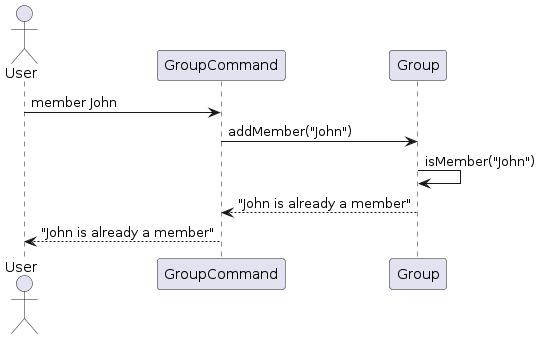
Before: docs/images/addMember2.png, a diagram exported from PlantUML (mukund1403/tp).
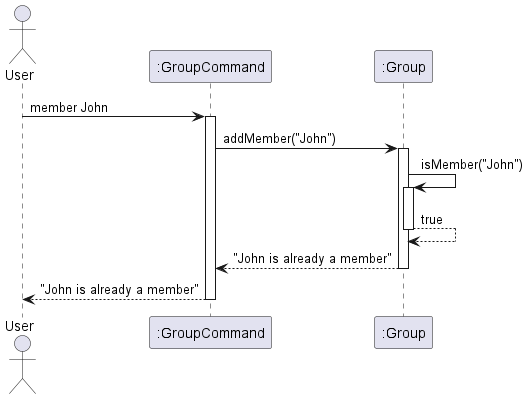
After the commit.

Diff of the diagram source:
```diff
@@ -1,11 +1,22 @@
 @startuml
 actor User
-participant GroupCommand
-participant Group
+participant ":GroupCommand" as GroupCommand
+participant ":Group" as Group
 
 User -> GroupCommand: member John
+activate GroupCommand
+
 GroupCommand -> Group: addMember("John")
+activate Group
+
 Group -> Group: isMember("John")
+activate Group
+Group --> Group: true
+deactivate Group
+
 Group --> GroupCommand: "John is already a member"
+deactivate Group
+
 GroupCommand --> User: "John is already a member"
+deactivate GroupCommand
 @enduml
```
